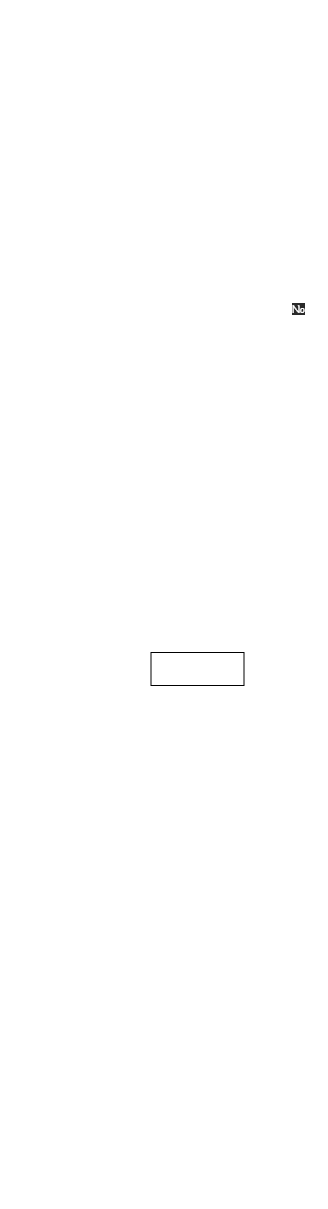
Before: FinalWork.drawio.png, a diagram exported from draw.io (nondusty1/FinalWork). Source tidied: cells renumbered, new cells last; positions are measured from the earlier drawing's top-left corner, leaving out a move shared by most shapes. Its diagram source:
```xml
<mxGraphModel>
  <root>
    <mxCell id="0" />
    <mxCell id="1" parent="0" />
    <mxCell id="2" style="edgeStyle=none;html=1;exitX=0.5;exitY=1;exitDx=0;exitDy=0;entryX=0.5;entryY=0;entryDx=0;entryDy=0;fontSize=18;fontColor=#FFFFFF;strokeColor=#FFFFFF;fontFamily=Comic Sans MS;labelBackgroundColor=none;" parent="1" edge="1" source="3" target="39">
      <mxGeometry relative="1" as="geometry" />
    </mxCell>
    <mxCell id="3" value="&lt;font&gt;inputArray&lt;/font&gt;" style="rounded=0;whiteSpace=wrap;html=1;strokeColor=#FFFFFF;fontFamily=Comic Sans MS;fontColor=#FFFFFF;labelBackgroundColor=none;fillColor=none;" parent="1" vertex="1">
      <mxGeometry x="137" y="105" width="120" height="40" as="geometry" />
    </mxCell>
    <mxCell id="4" style="edgeStyle=none;html=1;entryX=0.5;entryY=0;entryDx=0;entryDy=0;strokeColor=#FFFFFF;fontFamily=Comic Sans MS;fontColor=#FFFFFF;labelBackgroundColor=none;" parent="1" edge="1" source="5">
      <mxGeometry relative="1" as="geometry">
        <mxPoint x="198" y="651" as="targetPoint" />
      </mxGeometry>
    </mxCell>
    <mxCell id="5" value="&lt;div style=&quot;line-height: 19px&quot;&gt;&lt;span style=&quot;font-size: 18px&quot;&gt;WriteNewArray&lt;/span&gt;&lt;/div&gt;" style="rounded=0;whiteSpace=wrap;html=1;strokeColor=#FFFFFF;align=center;fontFamily=Comic Sans MS;fontColor=#FFFFFF;labelBackgroundColor=none;fillColor=none;" parent="1" vertex="1">
      <mxGeometry x="103" y="582" width="190" height="40" as="geometry" />
    </mxCell>
    <mxCell id="6" style="edgeStyle=none;html=1;entryX=0.5;entryY=0;entryDx=0;entryDy=0;strokeColor=#FFFFFF;fontFamily=Comic Sans MS;fontColor=#FFFFFF;labelBackgroundColor=none;" parent="1" edge="1" target="10">
      <mxGeometry relative="1" as="geometry">
        <mxPoint x="198.4" y="687" as="sourcePoint" />
      </mxGeometry>
    </mxCell>
    <mxCell id="7" style="edgeStyle=none;html=1;entryX=0.5;entryY=0;entryDx=0;entryDy=0;strokeColor=#FFFFFF;fontFamily=Comic Sans MS;fontColor=#FFFFFF;labelBackgroundColor=none;" parent="1" edge="1" source="10" target="14">
      <mxGeometry relative="1" as="geometry" />
    </mxCell>
    <mxCell id="8" value="Yes" style="edgeLabel;html=1;align=center;verticalAlign=middle;fontSize=10;fontColor=#FFFFFF;fontFamily=Comic Sans MS;labelBackgroundColor=default;" parent="7" vertex="1">
      <mxGeometry x="-0.45" y="-1" relative="1" as="geometry">
        <mxPoint x="11" y="-1" as="offset" />
      </mxGeometry>
    </mxCell>
    <mxCell id="9" style="edgeStyle=none;html=1;entryX=0.5;entryY=0;entryDx=0;entryDy=0;strokeColor=#FFFFFF;fontFamily=Comic Sans MS;fontColor=#FFFFFF;labelBackgroundColor=none;" parent="1" edge="1" source="10" target="22">
      <mxGeometry relative="1" as="geometry">
        <Array as="points">
          <mxPoint x="319" y="749" />
          <mxPoint x="319" y="1039" />
          <mxPoint x="199" y="1039" />
        </Array>
      </mxGeometry>
    </mxCell>
    <mxCell id="10" value="i &amp;lt; oldArray.Lenght" style="rhombus;whiteSpace=wrap;html=1;strokeColor=#FFFFFF;fontFamily=Comic Sans MS;fontColor=#FFFFFF;labelBackgroundColor=none;fillColor=none;" parent="1" vertex="1">
      <mxGeometry x="119" y="719" width="160" height="60" as="geometry" />
    </mxCell>
    <mxCell id="11" style="edgeStyle=none;html=1;entryX=0.5;entryY=0;entryDx=0;entryDy=0;strokeColor=#FFFFFF;fontFamily=Comic Sans MS;fontColor=#FFFFFF;labelBackgroundColor=none;" parent="1" edge="1" source="14" target="16">
      <mxGeometry relative="1" as="geometry" />
    </mxCell>
    <mxCell id="12" style="edgeStyle=none;html=1;exitX=0;exitY=0.5;exitDx=0;exitDy=0;entryX=1;entryY=0.5;entryDx=0;entryDy=0;fontSize=10;fontColor=#FFFFFF;strokeColor=#FFFFFF;fontFamily=Comic Sans MS;labelBackgroundColor=none;" parent="1" edge="1" source="14" target="20">
      <mxGeometry relative="1" as="geometry" />
    </mxCell>
    <mxCell id="13" value="No" style="edgeLabel;html=1;align=center;verticalAlign=middle;fontSize=10;fontColor=#FFFFFF;fontFamily=Comic Sans MS;labelBackgroundColor=default;" parent="12" vertex="1">
      <mxGeometry x="-0.3" y="3" relative="1" as="geometry">
        <mxPoint x="-2" y="-15" as="offset" />
      </mxGeometry>
    </mxCell>
    <mxCell id="14" value="&lt;div style=&quot;line-height: 19px&quot;&gt;&lt;font size=&quot;1&quot;&gt;oldArray[i].Lenght &amp;lt;= lenghtLimit&lt;/font&gt;&lt;/div&gt;" style="rhombus;whiteSpace=wrap;html=1;strokeColor=#FFFFFF;fontFamily=Comic Sans MS;fontColor=#FFFFFF;labelBackgroundColor=none;fillColor=none;" parent="1" vertex="1">
      <mxGeometry x="102.5" y="820.5" width="189" height="57" as="geometry" />
    </mxCell>
    <mxCell id="15" style="edgeStyle=none;html=1;entryX=0.5;entryY=0;entryDx=0;entryDy=0;strokeColor=#FFFFFF;fontFamily=Comic Sans MS;fontColor=#FFFFFF;labelBackgroundColor=none;" parent="1" edge="1" source="16" target="18">
      <mxGeometry relative="1" as="geometry" />
    </mxCell>
    <mxCell id="16" value="newArray[temp] = oldArray[i]" style="rounded=0;whiteSpace=wrap;html=1;strokeColor=#FFFFFF;fontFamily=Comic Sans MS;fontColor=#FFFFFF;labelBackgroundColor=none;fillColor=none;" parent="1" vertex="1">
      <mxGeometry x="86" y="923" width="226" height="34" as="geometry" />
    </mxCell>
    <mxCell id="17" style="edgeStyle=none;html=1;exitX=0;exitY=0.5;exitDx=0;exitDy=0;entryX=0.5;entryY=1;entryDx=0;entryDy=0;fontSize=10;fontColor=#FFFFFF;strokeColor=#FFFFFF;fontFamily=Comic Sans MS;labelBackgroundColor=none;" parent="1" edge="1" source="18" target="20">
      <mxGeometry relative="1" as="geometry">
        <Array as="points">
          <mxPoint x="28" y="999" />
        </Array>
      </mxGeometry>
    </mxCell>
    <mxCell id="18" value="&lt;font&gt;temp++&lt;/font&gt;" style="rounded=0;whiteSpace=wrap;html=1;strokeColor=#FFFFFF;fontFamily=Comic Sans MS;fontColor=#FFFFFF;labelBackgroundColor=none;fillColor=none;" parent="1" vertex="1">
      <mxGeometry x="163.5" y="979" width="69" height="40" as="geometry" />
    </mxCell>
    <mxCell id="19" style="edgeStyle=none;html=1;exitX=0.5;exitY=0;exitDx=0;exitDy=0;entryX=0;entryY=0.5;entryDx=0;entryDy=0;fontSize=10;fontColor=#FFFFFF;strokeColor=#FFFFFF;fontFamily=Comic Sans MS;labelBackgroundColor=none;" parent="1" edge="1" source="20" target="10">
      <mxGeometry relative="1" as="geometry">
        <Array as="points">
          <mxPoint x="28" y="749" />
        </Array>
      </mxGeometry>
    </mxCell>
    <mxCell id="20" value="&lt;font&gt;i++&lt;/font&gt;" style="rounded=0;whiteSpace=wrap;html=1;strokeColor=#FFFFFF;fontFamily=Comic Sans MS;fontColor=#FFFFFF;labelBackgroundColor=none;fillColor=none;" parent="1" vertex="1">
      <mxGeometry y="836.5" width="56" height="25" as="geometry" />
    </mxCell>
    <mxCell id="21" style="edgeStyle=none;html=1;fontSize=10;fontColor=#FFFFFF;strokeColor=#FFFFFF;fontFamily=Comic Sans MS;labelBackgroundColor=none;" parent="1" edge="1" source="22" target="45">
      <mxGeometry relative="1" as="geometry" />
    </mxCell>
    <mxCell id="22" value="&lt;font&gt;NewArray&lt;/font&gt;" style="shape=document;whiteSpace=wrap;html=1;boundedLbl=1;strokeColor=#FFFFFF;fontFamily=Comic Sans MS;fontColor=#FFFFFF;labelBackgroundColor=none;fillColor=none;" parent="1" vertex="1">
      <mxGeometry x="149" y="1069" width="100" height="50" as="geometry" />
    </mxCell>
    <mxCell id="23" style="edgeStyle=none;html=1;entryX=0.5;entryY=0;entryDx=0;entryDy=0;strokeColor=#FFFFFF;fontFamily=Comic Sans MS;fontColor=#FFFFFF;labelBackgroundColor=none;" parent="1" edge="1" source="24" target="29">
      <mxGeometry relative="1" as="geometry" />
    </mxCell>
    <mxCell id="24" value="&lt;font&gt;result = 0&lt;br&gt;i = 0&lt;/font&gt;" style="rounded=0;whiteSpace=wrap;html=1;strokeColor=#FFFFFF;fontFamily=Comic Sans MS;fontColor=#FFFFFF;labelBackgroundColor=none;fillColor=none;" parent="1" vertex="1">
      <mxGeometry x="156" y="225" width="82" height="29" as="geometry" />
    </mxCell>
    <mxCell id="25" style="edgeStyle=none;html=1;entryX=0.5;entryY=0;entryDx=0;entryDy=0;strokeColor=#FFFFFF;fontFamily=Comic Sans MS;fontColor=#FFFFFF;labelBackgroundColor=none;" parent="1" edge="1" source="29" target="33">
      <mxGeometry relative="1" as="geometry" />
    </mxCell>
    <mxCell id="26" value="Yes" style="edgeLabel;html=1;align=center;verticalAlign=middle;fontSize=10;fontColor=#FFFFFF;fontFamily=Comic Sans MS;labelBackgroundColor=default;" parent="25" vertex="1">
      <mxGeometry x="-0.45" y="-1" relative="1" as="geometry">
        <mxPoint x="10" as="offset" />
      </mxGeometry>
    </mxCell>
    <mxCell id="27" style="edgeStyle=none;html=1;strokeColor=#FFFFFF;fontFamily=Comic Sans MS;fontColor=#FFFFFF;labelBackgroundColor=none;" parent="1" edge="1" source="29" target="5">
      <mxGeometry relative="1" as="geometry">
        <Array as="points">
          <mxPoint x="315" y="313" />
          <mxPoint x="315" y="376" />
          <mxPoint x="315" y="508" />
          <mxPoint x="315" y="539" />
          <mxPoint x="198" y="539" />
        </Array>
      </mxGeometry>
    </mxCell>
    <mxCell id="28" value="No" style="edgeLabel;html=1;align=center;verticalAlign=middle;fontSize=10;fontColor=#FFFFFF;fontFamily=Comic Sans MS;labelBackgroundColor=#2A2A2A;" parent="27" vertex="1">
      <mxGeometry x="-0.91" y="-1" relative="1" as="geometry">
        <mxPoint x="1" y="-6" as="offset" />
      </mxGeometry>
    </mxCell>
    <mxCell id="29" value="i&amp;lt;array.Lenght" style="rhombus;whiteSpace=wrap;html=1;strokeColor=#FFFFFF;fontFamily=Comic Sans MS;fontColor=#FFFFFF;labelBackgroundColor=none;fillColor=none;" parent="1" vertex="1">
      <mxGeometry x="118" y="283" width="160" height="60" as="geometry" />
    </mxCell>
    <mxCell id="30" style="edgeStyle=none;html=1;entryX=0.5;entryY=0;entryDx=0;entryDy=0;strokeColor=#FFFFFF;fontFamily=Comic Sans MS;fontColor=#FFFFFF;labelBackgroundColor=none;" parent="1" edge="1" source="33">
      <mxGeometry relative="1" as="geometry">
        <mxPoint x="198" y="473" as="targetPoint" />
      </mxGeometry>
    </mxCell>
    <mxCell id="31" style="edgeStyle=none;html=1;exitX=0;exitY=0.5;exitDx=0;exitDy=0;entryX=1;entryY=0.5;entryDx=0;entryDy=0;fontSize=10;fontColor=#FFFFFF;strokeColor=#FFFFFF;fontFamily=Comic Sans MS;labelBackgroundColor=none;" parent="1" edge="1" source="33" target="37">
      <mxGeometry relative="1" as="geometry" />
    </mxCell>
    <mxCell id="32" value="No" style="edgeLabel;html=1;align=center;verticalAlign=middle;fontSize=10;fontColor=#FFFFFF;fontFamily=Comic Sans MS;labelBackgroundColor=default;" parent="31" vertex="1">
      <mxGeometry x="-0.48" y="-1" relative="1" as="geometry">
        <mxPoint x="-4" y="-6" as="offset" />
      </mxGeometry>
    </mxCell>
    <mxCell id="33" value="&lt;div style=&quot;line-height: 19px&quot;&gt;&lt;font style=&quot;font-size: 10px&quot;&gt;array[i].Length &amp;lt;= lengthLimit&lt;/font&gt;&lt;/div&gt;" style="rhombus;whiteSpace=wrap;html=1;strokeColor=#FFFFFF;fontFamily=Comic Sans MS;fontColor=#FFFFFF;labelBackgroundColor=none;fillColor=none;" parent="1" vertex="1">
      <mxGeometry x="94" y="380" width="210" height="56" as="geometry" />
    </mxCell>
    <mxCell id="34" style="edgeStyle=none;html=1;exitX=0;exitY=0.5;exitDx=0;exitDy=0;entryX=0.5;entryY=1;entryDx=0;entryDy=0;fontSize=10;fontColor=#FFFFFF;strokeColor=#FFFFFF;fontFamily=Comic Sans MS;labelBackgroundColor=none;" parent="1" edge="1" source="35" target="37">
      <mxGeometry relative="1" as="geometry">
        <Array as="points">
          <mxPoint x="34" y="489" />
        </Array>
      </mxGeometry>
    </mxCell>
    <mxCell id="35" value="&lt;font&gt;result++&lt;/font&gt;" style="rounded=0;whiteSpace=wrap;html=1;strokeColor=#FFFFFF;fontFamily=Comic Sans MS;fontColor=#FFFFFF;labelBackgroundColor=none;fillColor=none;" parent="1" vertex="1">
      <mxGeometry x="160" y="472" width="78" height="34" as="geometry" />
    </mxCell>
    <mxCell id="36" style="edgeStyle=none;html=1;exitX=0.5;exitY=0;exitDx=0;exitDy=0;entryX=0;entryY=0.5;entryDx=0;entryDy=0;fontSize=10;fontColor=#FFFFFF;strokeColor=#FFFFFF;fontFamily=Comic Sans MS;labelBackgroundColor=none;" parent="1" edge="1" source="37" target="29">
      <mxGeometry relative="1" as="geometry">
        <Array as="points">
          <mxPoint x="34" y="313" />
        </Array>
      </mxGeometry>
    </mxCell>
    <mxCell id="37" value="&lt;font&gt;i++&lt;/font&gt;" style="rounded=0;whiteSpace=wrap;html=1;strokeColor=#FFFFFF;fontFamily=Comic Sans MS;fontColor=#FFFFFF;labelBackgroundColor=none;fillColor=none;" parent="1" vertex="1">
      <mxGeometry x="8" y="397.5" width="50" height="21" as="geometry" />
    </mxCell>
    <mxCell id="38" style="edgeStyle=none;html=1;exitX=0.5;exitY=1;exitDx=0;exitDy=0;entryX=0.5;entryY=0;entryDx=0;entryDy=0;fontSize=18;fontColor=#FFFFFF;strokeColor=#FFFFFF;fontFamily=Comic Sans MS;labelBackgroundColor=none;" parent="1" edge="1" source="39" target="24">
      <mxGeometry relative="1" as="geometry" />
    </mxCell>
    <mxCell id="39" value="&lt;span style=&quot;font-size: 14px&quot;&gt;&lt;font&gt;lenghtLimit=3&lt;/font&gt;&lt;/span&gt;" style="rounded=0;whiteSpace=wrap;html=1;strokeColor=#FFFFFF;fontFamily=Comic Sans MS;fontColor=#FFFFFF;labelBackgroundColor=none;fillColor=none;" parent="1" vertex="1">
      <mxGeometry x="140.5" y="170" width="113" height="30" as="geometry" />
    </mxCell>
    <mxCell id="40" style="edgeStyle=none;html=1;exitX=0.5;exitY=1;exitDx=0;exitDy=0;entryX=0.5;entryY=0;entryDx=0;entryDy=0;fontSize=18;fontColor=#FFFFFF;strokeColor=#FFFFFF;fontFamily=Comic Sans MS;labelBackgroundColor=none;" parent="1" edge="1" source="41" target="3">
      <mxGeometry relative="1" as="geometry" />
    </mxCell>
    <mxCell id="41" value="&lt;b&gt;&lt;font&gt;START&lt;/font&gt;&lt;/b&gt;" style="ellipse;whiteSpace=wrap;html=1;labelBackgroundColor=none;fontSize=18;fontColor=#FFFFFF;strokeColor=#FFFFFF;fontFamily=Comic Sans MS;fillColor=none;" parent="1" vertex="1">
      <mxGeometry x="138" width="120" height="80" as="geometry" />
    </mxCell>
    <mxCell id="42" value="&lt;font&gt;Yes&lt;/font&gt;" style="edgeLabel;html=1;align=center;verticalAlign=middle;fontSize=10;fontColor=#FFFFFF;fontFamily=Comic Sans MS;labelBackgroundColor=default;" parent="1" vertex="1">
      <mxGeometry x="265" y="446" as="geometry">
        <mxPoint x="-57" y="1" as="offset" />
      </mxGeometry>
    </mxCell>
    <mxCell id="43" value="&lt;span style=&quot;font-size: 10px&quot;&gt;No&lt;/span&gt;" style="edgeLabel;html=1;align=center;verticalAlign=middle;fontSize=18;fontColor=#FFFFFF;fontFamily=Comic Sans MS;labelBackgroundColor=default;" parent="1" vertex="1">
      <mxGeometry x="320" y="319" as="geometry">
        <mxPoint x="-26" y="418" as="offset" />
      </mxGeometry>
    </mxCell>
    <mxCell id="44" value="Yes" style="edgeLabel;html=1;align=center;verticalAlign=middle;fontSize=10;fontColor=#FFFFFF;fontFamily=Comic Sans MS;labelBackgroundColor=default;" parent="1" vertex="1">
      <mxGeometry x="223" y="799.8" as="geometry">
        <mxPoint x="-13" y="90" as="offset" />
      </mxGeometry>
    </mxCell>
    <mxCell id="45" value="&lt;font style=&quot;font-size: 18px&quot;&gt;&lt;b&gt;END&lt;/b&gt;&lt;/font&gt;" style="ellipse;whiteSpace=wrap;html=1;strokeColor=#FFFFFF;fontFamily=Comic Sans MS;fontColor=#FFFFFF;labelBackgroundColor=none;fillColor=none;" parent="1" vertex="1">
      <mxGeometry x="139" y="1148" width="120" height="60" as="geometry" />
    </mxCell>
    <mxCell id="46" value="&lt;span style=&quot;font-family: &amp;quot;comic sans ms&amp;quot;&quot;&gt;temp = 0&lt;/span&gt;&lt;br style=&quot;font-family: &amp;quot;comic sans ms&amp;quot;&quot;&gt;&lt;span style=&quot;font-family: &amp;quot;comic sans ms&amp;quot;&quot;&gt;i = 0&lt;/span&gt;" style="rounded=0;whiteSpace=wrap;html=1;labelBackgroundColor=none;fontFamily=Comic Sans MS;fontColor=#FFFFFF;fillColor=none;" parent="1" vertex="1">
      <mxGeometry x="150.5" y="652" width="93" height="33" as="geometry" />
    </mxCell>
  </root>
</mxGraphModel>
```
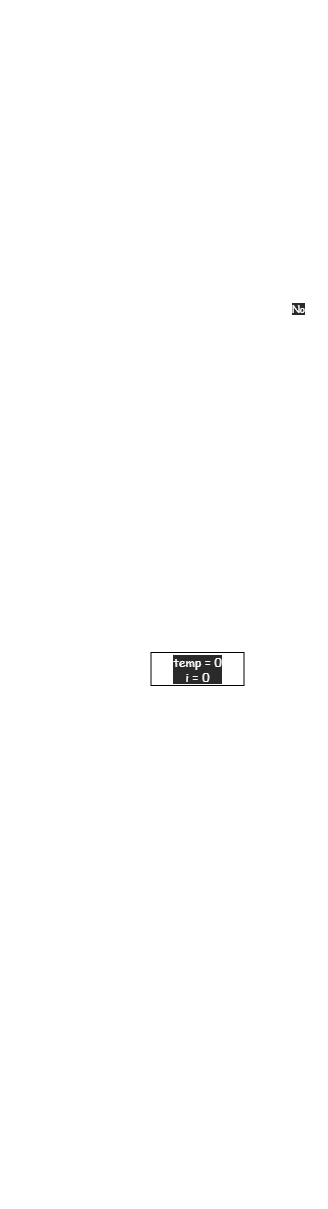
Above is the later version.

Diff of the diagram source:
```diff
@@ -186,7 +186,7 @@
     <mxCell id="45" value="&lt;font style=&quot;font-size: 18px&quot;&gt;&lt;b&gt;END&lt;/b&gt;&lt;/font&gt;" style="ellipse;whiteSpace=wrap;html=1;strokeColor=#FFFFFF;fontFamily=Comic Sans MS;fontColor=#FFFFFF;labelBackgroundColor=none;fillColor=none;" parent="1" vertex="1">
       <mxGeometry x="139" y="1148" width="120" height="60" as="geometry" />
     </mxCell>
-    <mxCell id="46" value="&lt;span style=&quot;font-family: &amp;quot;comic sans ms&amp;quot;&quot;&gt;temp = 0&lt;/span&gt;&lt;br style=&quot;font-family: &amp;quot;comic sans ms&amp;quot;&quot;&gt;&lt;span style=&quot;font-family: &amp;quot;comic sans ms&amp;quot;&quot;&gt;i = 0&lt;/span&gt;" style="rounded=0;whiteSpace=wrap;html=1;labelBackgroundColor=none;fontFamily=Comic Sans MS;fontColor=#FFFFFF;fillColor=none;" parent="1" vertex="1">
+    <mxCell id="46" value="&lt;span style=&quot;font-family: &amp;quot;comic sans ms&amp;quot;&quot;&gt;temp = 0&lt;/span&gt;&lt;br style=&quot;font-family: &amp;quot;comic sans ms&amp;quot;&quot;&gt;&lt;span style=&quot;font-family: &amp;quot;comic sans ms&amp;quot;&quot;&gt;i = 0&lt;/span&gt;" style="rounded=0;whiteSpace=wrap;html=1;labelBackgroundColor=#2A2A2A;fontFamily=Comic Sans MS;fontColor=#FFFFFF;fillColor=none;labelBorderColor=none;" parent="1" vertex="1">
       <mxGeometry x="150.5" y="652" width="93" height="33" as="geometry" />
     </mxCell>
   </root>
```
